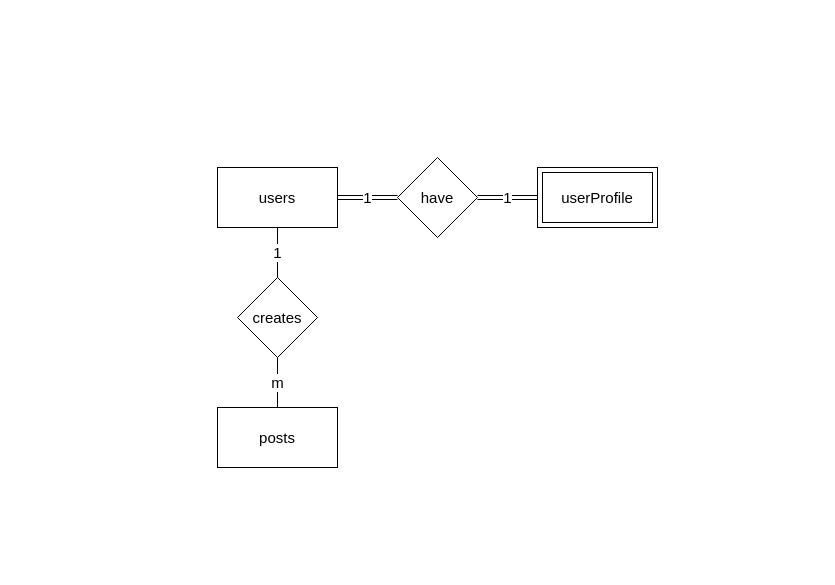
Before: webbutveckling/Webbutveckling2/Moment/Moment4/Diagrams/drawings/ER.drawio in EliasEriksson/miun, a draw.io diagram. Source tidied: cells renumbered, new cells numbered last; positions are measured from the earlier drawing's top-left corner, leaving out a move shared by most shapes. Both pictures are drawn from the tidied source at 100%, with x=0, y=0 at pixel (217, 157).
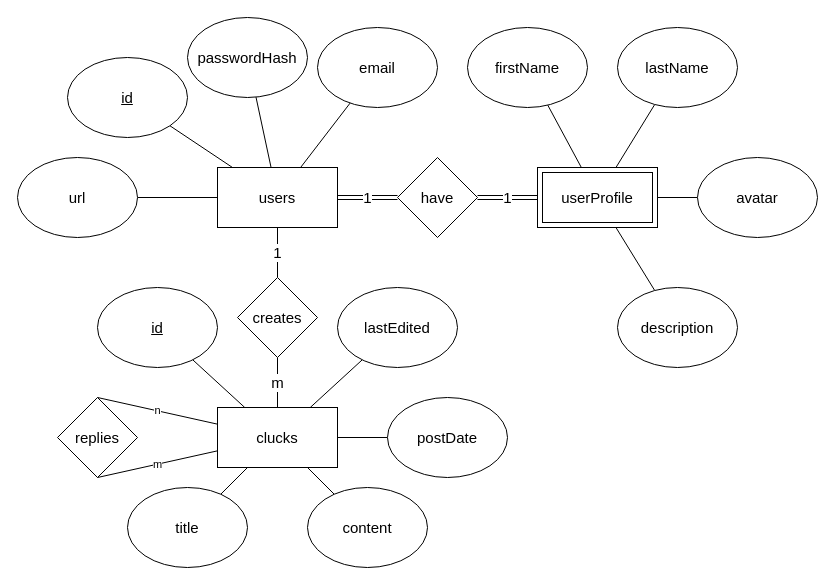
The same diagram, later.

Unchanged cells that the change refers to:
```xml
<mxCell id="3" value="users" style="rounded=0;whiteSpace=wrap;html=1;fontSize=15;" parent="1" vertex="1">
  <mxGeometry y="10" width="120" height="60" as="geometry" />
</mxCell>
<mxCell id="4" value="userProfile" style="shape=ext;margin=3;double=1;whiteSpace=wrap;html=1;align=center;fontSize=15;" parent="1" vertex="1">
  <mxGeometry x="320" y="10" width="120" height="60" as="geometry" />
</mxCell>
```

What changed in the source:
```diff
@@
+    <mxCell id="11" style="edgeStyle=none;jettySize=auto;html=1;endArrow=none;" parent="1" edge="1" source="3" target="27">
+      <mxGeometry relative="1" as="geometry" />
+    </mxCell>
+    <mxCell id="12" style="edgeStyle=none;jettySize=auto;html=1;endArrow=none;" parent="1" edge="1" source="3" target="26">
+      <mxGeometry relative="1" as="geometry" />
+    </mxCell>
+    <mxCell id="13" style="edgeStyle=none;jettySize=auto;html=1;endArrow=none;" parent="1" edge="1" source="3" target="28">
+      <mxGeometry relative="1" as="geometry" />
+    </mxCell>
@@
+    <mxCell id="14" style="edgeStyle=none;jettySize=auto;html=1;endArrow=none;" parent="1" edge="1" source="4" target="29">
+      <mxGeometry relative="1" as="geometry" />
+    </mxCell>
+    <mxCell id="15" style="edgeStyle=none;jettySize=auto;html=1;endArrow=none;" parent="1" edge="1" source="4" target="30">
+      <mxGeometry relative="1" as="geometry" />
+    </mxCell>
+    <mxCell id="16" style="edgeStyle=none;jettySize=auto;html=1;endArrow=none;" parent="1" edge="1" source="4" target="31">
+      <mxGeometry relative="1" as="geometry" />
+    </mxCell>
+    <mxCell id="17" style="edgeStyle=none;jettySize=auto;html=1;endArrow=none;" parent="1" edge="1" source="4" target="32">
+      <mxGeometry relative="1" as="geometry" />
+    </mxCell>
@@
+    <mxCell id="18" value="n" style="edgeStyle=none;jettySize=auto;html=1;endArrow=none;entryX=0.5;entryY=0;entryDx=0;entryDy=0;" parent="1" edge="1" source="8" target="34">
+      <mxGeometry relative="1" as="geometry" />
+    </mxCell>
+    <mxCell id="19" style="edgeStyle=none;jettySize=auto;html=1;endArrow=none;" parent="1" edge="1" source="8" target="35">
+      <mxGeometry relative="1" as="geometry" />
+    </mxCell>
+    <mxCell id="20" style="edgeStyle=none;jettySize=auto;html=1;endArrow=none;" parent="1" edge="1" source="8" target="36">
+      <mxGeometry relative="1" as="geometry" />
+    </mxCell>
+    <mxCell id="21" style="edgeStyle=none;jettySize=auto;html=1;endArrow=none;" parent="1" edge="1" source="8" target="37">
+      <mxGeometry relative="1" as="geometry" />
+    </mxCell>
+    <mxCell id="22" style="edgeStyle=none;jettySize=auto;html=1;endArrow=none;" parent="1" edge="1" source="8" target="38">
+      <mxGeometry relative="1" as="geometry" />
+    </mxCell>
+    <mxCell id="23" style="edgeStyle=none;jettySize=auto;html=1;endArrow=none;" parent="1" edge="1" source="8" target="39">
+      <mxGeometry relative="1" as="geometry" />
+    </mxCell>
-    <mxCell id="8" value="posts" style="rounded=0;whiteSpace=wrap;html=1;fontSize=15;" parent="1" vertex="1">
+    <mxCell id="8" value="clucks" style="rounded=0;whiteSpace=wrap;html=1;fontSize=15;" parent="1" vertex="1">
       <mxGeometry y="250" width="120" height="60" as="geometry" />
     </mxCell>
@@
+    <mxCell id="24" value="email" style="ellipse;whiteSpace=wrap;html=1;rounded=0;fontSize=15;" parent="1" vertex="1">
+      <mxGeometry x="100" y="-130" width="120" height="80" as="geometry" />
+    </mxCell>
+    <mxCell id="25" style="endArrow=none;html=1;" parent="1" edge="1" source="3" target="24">
+      <mxGeometry relative="1" as="geometry" />
+    </mxCell>
+    <mxCell id="26" value="passwordHash" style="ellipse;whiteSpace=wrap;html=1;rounded=0;fontSize=15;" parent="1" vertex="1">
+      <mxGeometry x="-30" y="-140" width="120" height="80" as="geometry" />
+    </mxCell>
+    <mxCell id="27" value="&lt;u&gt;id&lt;/u&gt;" style="ellipse;whiteSpace=wrap;html=1;rounded=0;fontSize=15;" parent="1" vertex="1">
+      <mxGeometry x="-150" y="-100" width="120" height="80" as="geometry" />
+    </mxCell>
+    <mxCell id="28" value="url" style="ellipse;whiteSpace=wrap;html=1;rounded=0;fontSize=15;" parent="1" vertex="1">
+      <mxGeometry x="-200" width="120" height="80" as="geometry" />
+    </mxCell>
+    <mxCell id="29" value="firstName" style="ellipse;whiteSpace=wrap;html=1;fontSize=15;" parent="1" vertex="1">
+      <mxGeometry x="250" y="-130" width="120" height="80" as="geometry" />
+    </mxCell>
+    <mxCell id="30" value="lastName" style="ellipse;whiteSpace=wrap;html=1;fontSize=15;" parent="1" vertex="1">
+      <mxGeometry x="400" y="-130" width="120" height="80" as="geometry" />
+    </mxCell>
+    <mxCell id="31" value="description" style="ellipse;whiteSpace=wrap;html=1;fontSize=15;" parent="1" vertex="1">
+      <mxGeometry x="400" y="130" width="120" height="80" as="geometry" />
+    </mxCell>
+    <mxCell id="32" value="avatar" style="ellipse;whiteSpace=wrap;html=1;fontSize=15;" parent="1" vertex="1">
+      <mxGeometry x="480" width="120" height="80" as="geometry" />
+    </mxCell>
+    <mxCell id="33" value="m" style="edgeStyle=none;jettySize=auto;html=1;endArrow=none;exitX=0.5;exitY=1;exitDx=0;exitDy=0;" parent="1" edge="1" source="34" target="8">
+      <mxGeometry relative="1" as="geometry" />
+    </mxCell>
+    <mxCell id="34" value="replies" style="rhombus;whiteSpace=wrap;html=1;rounded=0;fontSize=15;" parent="1" vertex="1">
+      <mxGeometry x="-160" y="240" width="80" height="80" as="geometry" />
+    </mxCell>
+    <mxCell id="35" value="&lt;u&gt;id&lt;/u&gt;" style="ellipse;whiteSpace=wrap;html=1;rounded=0;fontSize=15;" parent="1" vertex="1">
+      <mxGeometry x="-120" y="130" width="120" height="80" as="geometry" />
+    </mxCell>
+    <mxCell id="36" value="title" style="ellipse;whiteSpace=wrap;html=1;rounded=0;fontSize=15;" parent="1" vertex="1">
+      <mxGeometry x="-90" y="330" width="120" height="80" as="geometry" />
+    </mxCell>
+    <mxCell id="37" value="content" style="ellipse;whiteSpace=wrap;html=1;rounded=0;fontSize=15;" parent="1" vertex="1">
+      <mxGeometry x="90" y="330" width="120" height="80" as="geometry" />
+    </mxCell>
+    <mxCell id="38" value="postDate" style="ellipse;whiteSpace=wrap;html=1;rounded=0;fontSize=15;" parent="1" vertex="1">
+      <mxGeometry x="170" y="240" width="120" height="80" as="geometry" />
+    </mxCell>
+    <mxCell id="39" value="lastEdited" style="ellipse;whiteSpace=wrap;html=1;rounded=0;fontSize=15;" parent="1" vertex="1">
+      <mxGeometry x="120" y="130" width="120" height="80" as="geometry" />
+    </mxCell>
```
